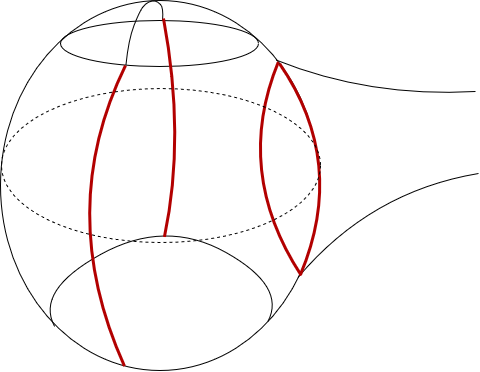
This is Diagram bez tytułu2.png from adamski83/sklep, a draw.io export, as it was before one commit. Source tidied: cells renumbered, new cells last; positions are measured from the earlier drawing's top-left corner, leaving out a move shared by most shapes.
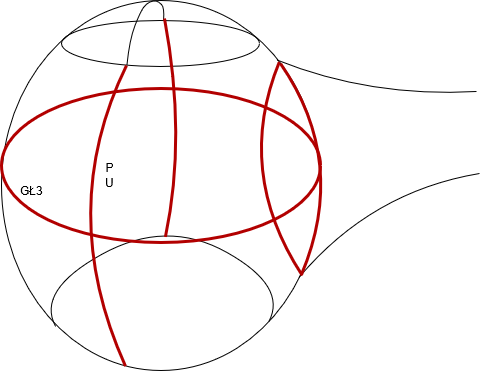
The same file after the commit.

The edit, as a diff of the source:
```diff
@@ -28,14 +28,6 @@
         </Array>
       </mxGeometry>
     </mxCell>
-    <mxCell id="6" style="endArrow=none;html=1;strokeColor=#B20000;strokeWidth=3;entryX=0.875;entryY=0.171;entryDx=0;entryDy=0;entryPerimeter=0;curved=1;fillColor=#e51400;" parent="1" edge="1" target="2">
-      <mxGeometry relative="1" as="geometry">
-        <mxPoint x="300" y="274" as="sourcePoint" />
-        <Array as="points">
-          <mxPoint x="347" y="162" />
-        </Array>
-      </mxGeometry>
-    </mxCell>
     <mxCell id="7" style="endArrow=none;html=1;strokeColor=#000000;strokeWidth=1;entryX=0.838;entryY=0.868;entryDx=0;entryDy=0;entryPerimeter=0;exitX=0.169;exitY=0.88;exitDx=0;exitDy=0;exitPerimeter=0;curved=1;" parent="1" edge="1" source="2" target="2">
       <mxGeometry relative="1" as="geometry">
         <Array as="points">
@@ -77,8 +69,23 @@
         </Array>
       </mxGeometry>
     </mxCell>
-    <mxCell id="12" style="ellipse;whiteSpace=wrap;html=1;rounded=0;sketch=0;fillColor=none;dashed=1;" parent="1" vertex="1">
-      <mxGeometry x="1" y="88" width="319" height="154" as="geometry" />
+    <mxCell id="12" style="ellipse;whiteSpace=wrap;html=1;rounded=0;sketch=0;strokeColor=#B20000;fontColor=#ffffff;fillColor=none;strokeWidth=3;" parent="1" vertex="1">
+      <mxGeometry y="88" width="319" height="154" as="geometry" />
     </mxCell>
+    <mxCell id="6" style="endArrow=none;html=1;strokeColor=#B20000;strokeWidth=3;entryX=0.875;entryY=0.171;entryDx=0;entryDy=0;entryPerimeter=0;curved=1;fillColor=#e51400;" parent="1" edge="1" target="2">
+      <mxGeometry relative="1" as="geometry">
+        <mxPoint x="300" y="274" as="sourcePoint" />
+        <Array as="points">
+          <mxPoint x="347" y="162" />
+        </Array>
+      </mxGeometry>
+    </mxCell>
+    <mxCell id="13" value="Warstwa bez nazwy" parent="0" />
+    <mxCell id="14" value="GŁ3" style="text;html=1;align=center;verticalAlign=middle;" parent="13" vertex="1">
+      <mxGeometry x="13" y="181" width="33" height="19" as="geometry" />
+    </mxCell>
+    <mxCell id="15" value="&lt;div&gt;P&lt;/div&gt;&lt;div&gt;U&lt;br&gt;&lt;/div&gt;" style="text;html=1;align=center;verticalAlign=middle;" parent="13" vertex="1">
+      <mxGeometry x="98" y="158" width="19" height="33" as="geometry" />
+    </mxCell>
   </root>
 </mxGraphModel>
```
